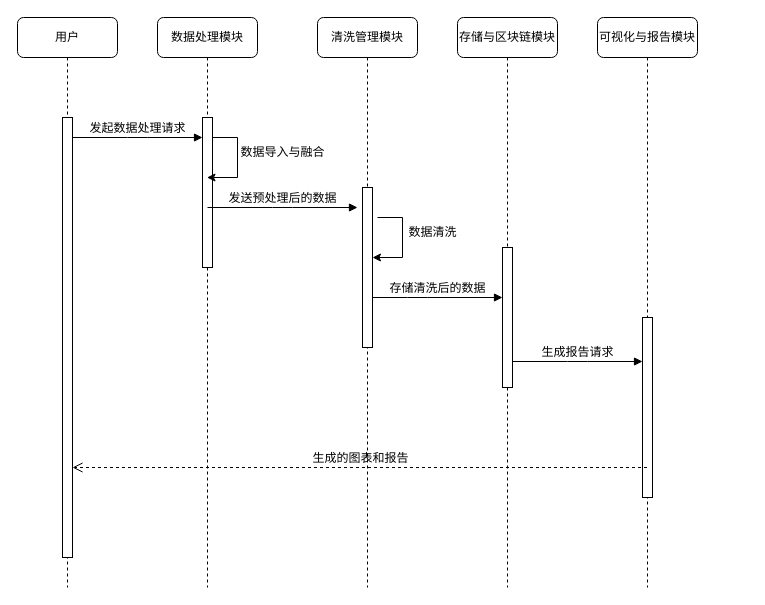
Earlier version of the draw.io diagram 多场景管理时 序设计图.drawio (jiaojb/py-crawler). Source tidied: cells renumbered, new cells numbered last; positions are measured from the earlier drawing's top-left corner, leaving out a move shared by most shapes. Both pictures are drawn from the tidied source at 100%, with x=0, y=0 at pixel (17, 17).
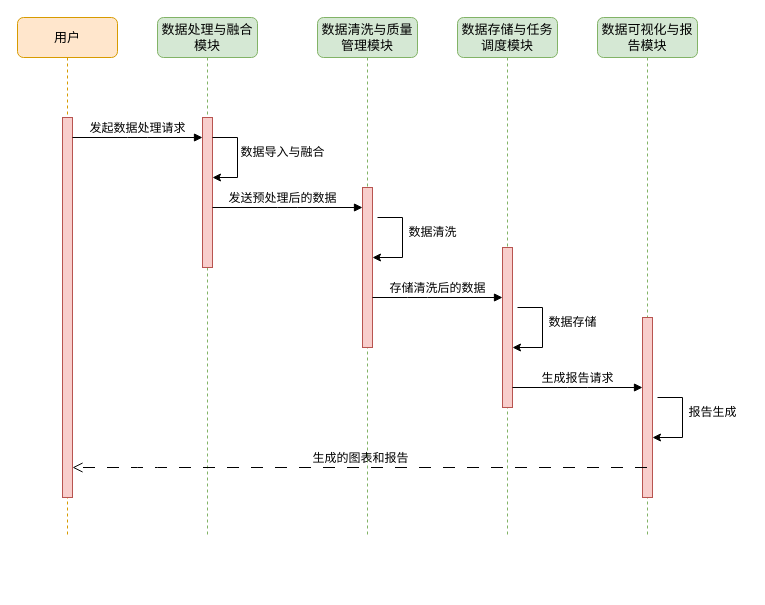
After the change.

Commit message (it also covers changes not shown here):
更新多场景管理时 序设计图.drawio

The edit, as a diff of the source:
```diff
@@
-    <mxCell id="2" value="数据处理模块" style="shape=umlLifeline;perimeter=lifelinePerimeter;whiteSpace=wrap;html=1;rounded=1;shadow=0;comic=0;labelBackgroundColor=none;strokeWidth=1;fontFamily=Verdana;fontSize=12;align=center;" parent="1" vertex="1">
-      <mxGeometry x="140" width="100" height="570" as="geometry" />
+    <mxCell id="2" value="&lt;font face=&quot;Verdana&quot; style=&quot;font-size: 13px;&quot;&gt;数据处理与融合模块&lt;/font&gt;" style="shape=umlLifeline;perimeter=lifelinePerimeter;whiteSpace=wrap;html=1;rounded=1;shadow=0;comic=0;labelBackgroundColor=none;strokeWidth=1;fontFamily=Verdana;fontSize=12;align=center;fillColor=#d5e8d4;strokeColor=#82b366;" parent="1" vertex="1">
+      <mxGeometry x="140" width="100" height="520" as="geometry" />
     </mxCell>
-    <mxCell id="3" style="html=1;perimeter=orthogonalPerimeter;rounded=0;shadow=0;comic=0;labelBackgroundColor=none;strokeWidth=1;fontFamily=Verdana;fontSize=12;align=center;" parent="2" vertex="1">
+    <mxCell id="3" style="html=1;perimeter=orthogonalPerimeter;rounded=0;shadow=0;comic=0;labelBackgroundColor=none;strokeWidth=1;fontFamily=Verdana;fontSize=12;align=center;fillColor=#f8cecc;strokeColor=#b85450;" parent="2" vertex="1">
       <mxGeometry x="45" y="100" width="10" height="150" as="geometry" />
     </mxCell>
     <mxCell id="4" style="endArrow=classic;html=1;rounded=0;" parent="2" edge="1">
       <mxGeometry relative="1" as="geometry">
         <mxPoint x="55" y="120" as="sourcePoint" />
-        <mxPoint x="49.5" y="160" as="targetPoint" />
+        <mxPoint x="55" y="160" as="targetPoint" />
         <Array as="points">
           <mxPoint x="80" y="120" />
           <mxPoint x="80" y="160" />
         </Array>
       </mxGeometry>
     </mxCell>
+    <mxCell id="17" value="发送预处理后的数据" style="html=1;verticalAlign=bottom;endArrow=block;entryX=0;entryY=0;labelBackgroundColor=none;fontFamily=Verdana;fontSize=12;edgeStyle=elbowEdgeStyle;elbow=vertical;" parent="2" edge="1">
+      <mxGeometry x="-0.07" relative="1" as="geometry">
+        <mxPoint x="55" y="190" as="sourcePoint" />
+        <mxPoint x="205" y="190" as="targetPoint" />
+      </mxGeometry>
+    </mxCell>
-    <mxCell id="5" value="清洗管理模块" style="shape=umlLifeline;perimeter=lifelinePerimeter;whiteSpace=wrap;html=1;rounded=1;shadow=0;comic=0;labelBackgroundColor=none;strokeWidth=1;fontFamily=Verdana;fontSize=12;align=center;" parent="1" vertex="1">
-      <mxGeometry x="300" width="100" height="570" as="geometry" />
+    <mxCell id="5" value="&lt;font face=&quot;Verdana&quot; style=&quot;font-size: 13px;&quot;&gt;数据清洗与质量管理模块&lt;/font&gt;" style="shape=umlLifeline;perimeter=lifelinePerimeter;whiteSpace=wrap;html=1;rounded=1;shadow=0;comic=0;labelBackgroundColor=none;strokeWidth=1;fontFamily=Verdana;fontSize=12;align=center;fillColor=#d5e8d4;strokeColor=#82b366;" parent="1" vertex="1">
+      <mxGeometry x="300" width="100" height="520" as="geometry" />
     </mxCell>
-    <mxCell id="6" style="html=1;perimeter=orthogonalPerimeter;rounded=0;shadow=0;comic=0;labelBackgroundColor=none;strokeWidth=1;fontFamily=Verdana;fontSize=12;align=center;" parent="5" vertex="1">
+    <mxCell id="6" style="html=1;perimeter=orthogonalPerimeter;rounded=0;shadow=0;comic=0;labelBackgroundColor=none;strokeWidth=1;fontFamily=Verdana;fontSize=12;align=center;fillColor=#f8cecc;strokeColor=#b85450;" parent="5" vertex="1">
       <mxGeometry x="45" y="170" width="10" height="160" as="geometry" />
     </mxCell>
@@
-    <mxCell id="8" value="存储与区块链模块" style="shape=umlLifeline;perimeter=lifelinePerimeter;whiteSpace=wrap;html=1;rounded=1;shadow=0;comic=0;labelBackgroundColor=none;strokeWidth=1;fontFamily=Verdana;fontSize=12;align=center;" parent="1" vertex="1">
-      <mxGeometry x="440" width="100" height="570" as="geometry" />
+    <mxCell id="8" value="&lt;font style=&quot;font-size: 13px;&quot; face=&quot;Verdana&quot;&gt;数据存储与任务调度模块&lt;/font&gt;" style="shape=umlLifeline;perimeter=lifelinePerimeter;whiteSpace=wrap;html=1;rounded=1;shadow=0;comic=0;labelBackgroundColor=none;strokeWidth=1;fontFamily=Verdana;fontSize=12;align=center;fillColor=#d5e8d4;strokeColor=#82b366;" parent="1" vertex="1">
+      <mxGeometry x="440" width="100" height="520" as="geometry" />
     </mxCell>
-    <mxCell id="9" value="生成报告请求" style="html=1;verticalAlign=bottom;endArrow=block;entryX=0;entryY=0;labelBackgroundColor=none;fontFamily=Verdana;fontSize=12;edgeStyle=elbowEdgeStyle;elbow=vertical;" parent="8" edge="1">
-      <mxGeometry relative="1" as="geometry">
-        <mxPoint x="55" y="344" as="sourcePoint" />
-        <mxPoint x="185" y="344" as="targetPoint" />
-      </mxGeometry>
-    </mxCell>
-    <mxCell id="10" value="可视化与报告模块" style="shape=umlLifeline;perimeter=lifelinePerimeter;whiteSpace=wrap;html=1;outlineConnect=0;rounded=1;shadow=0;comic=0;labelBackgroundColor=none;strokeWidth=1;fontFamily=Verdana;fontSize=12;align=center;" parent="1" vertex="1">
-      <mxGeometry x="580" width="100" height="570" as="geometry" />
+    <mxCell id="10" value="&lt;font style=&quot;font-size: 13px;&quot; face=&quot;Verdana&quot;&gt;数据可视化与报告模块&lt;/font&gt;" style="shape=umlLifeline;perimeter=lifelinePerimeter;whiteSpace=wrap;html=1;outlineConnect=0;rounded=1;shadow=0;comic=0;labelBackgroundColor=none;strokeWidth=1;fontFamily=Verdana;fontSize=12;align=center;fillColor=#d5e8d4;strokeColor=#82b366;" parent="1" vertex="1">
+      <mxGeometry x="580" width="100" height="520" as="geometry" />
     </mxCell>
-    <mxCell id="11" value="用户" style="shape=umlLifeline;perimeter=lifelinePerimeter;whiteSpace=wrap;html=1;rounded=1;shadow=0;comic=0;labelBackgroundColor=none;strokeWidth=1;fontFamily=Verdana;fontSize=12;align=center;" parent="1" vertex="1">
-      <mxGeometry width="100" height="570" as="geometry" />
+    <mxCell id="11" value="&lt;font style=&quot;font-size: 13px;&quot;&gt;用户&lt;/font&gt;" style="shape=umlLifeline;perimeter=lifelinePerimeter;whiteSpace=wrap;html=1;rounded=1;shadow=0;comic=0;labelBackgroundColor=none;strokeWidth=1;fontFamily=Verdana;fontSize=12;align=center;fillColor=#ffe6cc;strokeColor=#d79b00;" parent="1" vertex="1">
+      <mxGeometry width="100" height="520" as="geometry" />
     </mxCell>
-    <mxCell id="12" style="html=1;perimeter=orthogonalPerimeter;rounded=0;shadow=0;comic=0;labelBackgroundColor=none;strokeWidth=1;fontFamily=Verdana;fontSize=12;align=center;" parent="11" vertex="1">
-      <mxGeometry x="45" y="100" width="10" height="440" as="geometry" />
+    <mxCell id="12" style="html=1;perimeter=orthogonalPerimeter;rounded=0;shadow=0;comic=0;labelBackgroundColor=none;strokeWidth=1;fontFamily=Verdana;fontSize=12;align=center;fillColor=#f8cecc;strokeColor=#b85450;" parent="11" vertex="1">
+      <mxGeometry x="45" y="100" width="10" height="380" as="geometry" />
     </mxCell>
@@
-    <mxCell id="14" style="html=1;perimeter=orthogonalPerimeter;rounded=0;shadow=0;comic=0;labelBackgroundColor=none;strokeWidth=1;fontFamily=Verdana;fontSize=12;align=center;" parent="1" vertex="1">
-      <mxGeometry x="485" y="230" width="10" height="140" as="geometry" />
+    <mxCell id="14" style="html=1;perimeter=orthogonalPerimeter;rounded=0;shadow=0;comic=0;labelBackgroundColor=none;strokeWidth=1;fontFamily=Verdana;fontSize=12;align=center;fillColor=#f8cecc;strokeColor=#b85450;" parent="1" vertex="1">
+      <mxGeometry x="485" y="230" width="10" height="160" as="geometry" />
     </mxCell>
@@
-    <mxCell id="16" style="html=1;perimeter=orthogonalPerimeter;rounded=0;shadow=0;comic=0;labelBackgroundColor=none;strokeWidth=1;fontFamily=Verdana;fontSize=12;align=center;" parent="1" vertex="1">
+    <mxCell id="16" style="html=1;perimeter=orthogonalPerimeter;rounded=0;shadow=0;comic=0;labelBackgroundColor=none;strokeWidth=1;fontFamily=Verdana;fontSize=12;align=center;fillColor=#f8cecc;strokeColor=#b85450;" parent="1" vertex="1">
       <mxGeometry x="625" y="300" width="10" height="180" as="geometry" />
     </mxCell>
-    <mxCell id="17" value="发送预处理后的数据" style="html=1;verticalAlign=bottom;endArrow=block;entryX=0;entryY=0;labelBackgroundColor=none;fontFamily=Verdana;fontSize=12;edgeStyle=elbowEdgeStyle;elbow=vertical;" parent="1" edge="1">
-      <mxGeometry relative="1" as="geometry">
-        <mxPoint x="190" y="190" as="sourcePoint" />
-        <mxPoint x="340" y="190" as="targetPoint" />
-      </mxGeometry>
-    </mxCell>
-    <mxCell id="18" value="生成的图表和报告" style="html=1;verticalAlign=bottom;endArrow=open;dashed=1;endSize=8;labelBackgroundColor=none;fontFamily=Verdana;fontSize=12;edgeStyle=elbowEdgeStyle;elbow=vertical;" parent="1" edge="1" source="10">
+    <mxCell id="18" value="生成的图表和报告" style="html=1;verticalAlign=bottom;endArrow=open;dashed=1;endSize=8;labelBackgroundColor=none;fontFamily=Verdana;fontSize=12;edgeStyle=elbowEdgeStyle;elbow=vertical;dashPattern=12 12;" parent="1" edge="1" source="10">
       <mxGeometry relative="1" as="geometry">
         <mxPoint x="55" y="450" as="targetPoint" />
         <Array as="points">
           <mxPoint x="130" y="450" />
           <mxPoint x="160" y="450" />
         </Array>
       </mxGeometry>
     </mxCell>
@@
+    <mxCell id="21" style="endArrow=classic;html=1;rounded=0;" parent="1" edge="1">
+      <mxGeometry relative="1" as="geometry">
+        <mxPoint x="500" y="290" as="sourcePoint" />
+        <mxPoint x="495" y="330" as="targetPoint" />
+        <Array as="points">
+          <mxPoint x="525" y="290" />
+          <mxPoint x="525" y="330" />
+        </Array>
+      </mxGeometry>
+    </mxCell>
+    <mxCell id="22" value="数据存储" style="text;html=1;align=center;verticalAlign=middle;strokeColor=none;fillColor=none;" parent="1" vertex="1">
+      <mxGeometry x="520" y="290" width="70" height="30" as="geometry" />
+    </mxCell>
+    <mxCell id="9" value="生成报告请求" style="html=1;verticalAlign=bottom;endArrow=block;entryX=0;entryY=0;labelBackgroundColor=none;fontFamily=Verdana;fontSize=12;edgeStyle=elbowEdgeStyle;elbow=vertical;" parent="1" edge="1">
+      <mxGeometry relative="1" as="geometry">
+        <mxPoint x="495" y="370" as="sourcePoint" />
+        <mxPoint x="625" y="370" as="targetPoint" />
+      </mxGeometry>
+    </mxCell>
+    <mxCell id="23" style="endArrow=classic;html=1;rounded=0;" parent="1" edge="1">
+      <mxGeometry relative="1" as="geometry">
+        <mxPoint x="640" y="380" as="sourcePoint" />
+        <mxPoint x="635" y="420" as="targetPoint" />
+        <Array as="points">
+          <mxPoint x="665" y="380" />
+          <mxPoint x="665" y="420" />
+        </Array>
+      </mxGeometry>
+    </mxCell>
+    <mxCell id="24" value="报告生成" style="text;html=1;align=center;verticalAlign=middle;strokeColor=none;fillColor=none;" parent="1" vertex="1">
+      <mxGeometry x="660" y="380" width="70" height="30" as="geometry" />
+    </mxCell>
```
